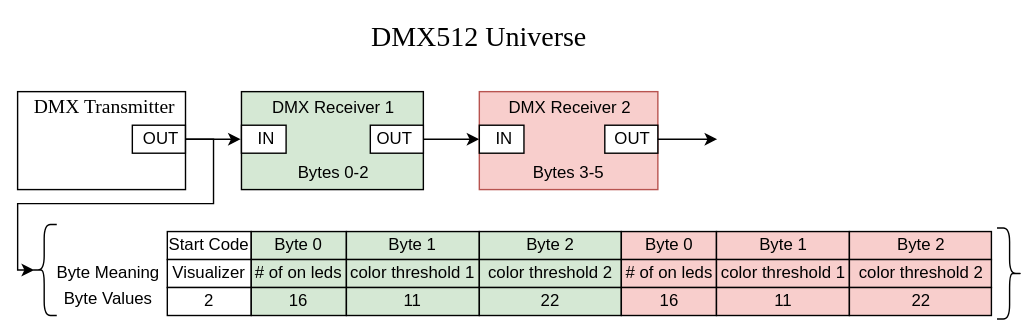
jfcbooth/block_diagrams keeps this draw.io diagram as visualizer.drawio.svg. Above is the earlier version. Source tidied: cells renumbered, new cells last; positions are measured from the earlier drawing's top-left corner, leaving out a move shared by most shapes. Source of this version:
```xml
<mxGraphModel>
  <root>
    <mxCell id="0" />
    <mxCell id="1" parent="0" />
    <mxCell id="2" value="&lt;font face=&quot;Calibri&quot; style=&quot;font-size: 20px;&quot;&gt;DMX512 Universe&lt;/font&gt;" style="text;html=1;strokeColor=none;fillColor=none;align=center;verticalAlign=middle;whiteSpace=wrap;rounded=0;" parent="1" vertex="1">
      <mxGeometry x="245" width="170" height="40" as="geometry" />
    </mxCell>
    <mxCell id="3" style="group;" parent="1" vertex="1">
      <mxGeometry x="160" y="60" width="131" height="70" as="geometry" />
    </mxCell>
    <mxCell id="4" style="rounded=0;whiteSpace=wrap;html=1;fillColor=#d5e8d4;strokeColor=default;" parent="3" vertex="1">
      <mxGeometry width="130" height="70" as="geometry" />
    </mxCell>
    <mxCell id="5" value="&lt;div align=&quot;center&quot;&gt;DMX Receiver 1&lt;br&gt;&lt;/div&gt;" style="text;whiteSpace=wrap;html=1;align=center;" parent="3" vertex="1">
      <mxGeometry x="1" y="-2" width="130" height="22" as="geometry" />
    </mxCell>
    <mxCell id="6" style="group;" parent="3" vertex="1">
      <mxGeometry y="20" width="31.9" height="24" as="geometry" />
    </mxCell>
    <mxCell id="7" style="group;" parent="6" vertex="1">
      <mxGeometry width="31.9" height="24" as="geometry" />
    </mxCell>
    <mxCell id="8" style="rounded=0;whiteSpace=wrap;html=1;" parent="7" vertex="1">
      <mxGeometry y="4" width="31.9" height="20" as="geometry" />
    </mxCell>
    <mxCell id="9" value="&lt;div align=&quot;justify&quot;&gt;IN&lt;/div&gt;" style="text;whiteSpace=wrap;html=1;" parent="7" vertex="1">
      <mxGeometry x="9.6" width="16" height="20" as="geometry" />
    </mxCell>
    <mxCell id="10" style="rounded=0;whiteSpace=wrap;html=1;" parent="3" vertex="1">
      <mxGeometry x="92.1" y="24" width="37.9" height="20" as="geometry" />
    </mxCell>
    <mxCell id="11" value="Bytes 0-2" style="text;whiteSpace=wrap;html=1;align=center;" parent="3" vertex="1">
      <mxGeometry x="1" y="44" width="130" height="22" as="geometry" />
    </mxCell>
    <mxCell id="12" style="edgeStyle=orthogonalEdgeStyle;rounded=0;jettySize=auto;html=1;exitX=1;exitY=0.5;exitDx=0;exitDy=0;entryX=0;entryY=0.5;entryDx=0;entryDy=0;" parent="1" edge="1" source="10" target="21">
      <mxGeometry relative="1" as="geometry" />
    </mxCell>
    <mxCell id="13" style="group;" parent="1" vertex="1">
      <mxGeometry x="330" y="60" width="130" height="70" as="geometry" />
    </mxCell>
    <mxCell id="14" style="rounded=0;whiteSpace=wrap;html=1;fillColor=#f8cecc;strokeColor=#b85450;" parent="13" vertex="1">
      <mxGeometry width="127.6" height="70" as="geometry" />
    </mxCell>
    <mxCell id="15" value="&lt;div align=&quot;center&quot;&gt;DMX Receiver 2&lt;br&gt;&lt;/div&gt;" style="text;whiteSpace=wrap;html=1;align=center;" parent="13" vertex="1">
      <mxGeometry y="-2" width="130" height="22" as="geometry" />
    </mxCell>
    <mxCell id="16" style="group;" parent="13" vertex="1">
      <mxGeometry x="99.7" y="20" width="30.3" height="24" as="geometry" />
    </mxCell>
    <mxCell id="17" style="rounded=0;whiteSpace=wrap;html=1;" parent="16" vertex="1">
      <mxGeometry x="-10" y="4" width="37.9" height="20" as="geometry" />
    </mxCell>
    <mxCell id="18" value="&lt;div align=&quot;justify&quot;&gt;OUT&lt;/div&gt;" style="text;whiteSpace=wrap;html=1;" parent="16" vertex="1">
      <mxGeometry x="-5" width="27.9" height="10" as="geometry" />
    </mxCell>
    <mxCell id="19" style="group;" parent="13" vertex="1">
      <mxGeometry y="20" width="31.9" height="24" as="geometry" />
    </mxCell>
    <mxCell id="20" style="group;" parent="19" vertex="1">
      <mxGeometry width="31.9" height="24" as="geometry" />
    </mxCell>
    <mxCell id="21" style="rounded=0;whiteSpace=wrap;html=1;" parent="20" vertex="1">
      <mxGeometry y="4" width="31.9" height="20" as="geometry" />
    </mxCell>
    <mxCell id="22" value="&lt;div align=&quot;justify&quot;&gt;IN&lt;/div&gt;" style="text;whiteSpace=wrap;html=1;" parent="20" vertex="1">
      <mxGeometry x="9.6" width="16" height="20" as="geometry" />
    </mxCell>
    <mxCell id="23" value="Bytes 3-5" style="text;whiteSpace=wrap;html=1;align=center;" parent="13" vertex="1">
      <mxGeometry x="-1.2" y="44" width="130" height="22" as="geometry" />
    </mxCell>
    <mxCell id="24" style="edgeStyle=orthogonalEdgeStyle;rounded=0;jettySize=auto;html=1;exitX=1;exitY=0.5;exitDx=0;exitDy=0;entryX=0;entryY=0.5;entryDx=0;entryDy=0;" parent="1" edge="1" source="17">
      <mxGeometry relative="1" as="geometry">
        <mxPoint x="500" y="94" as="targetPoint" />
      </mxGeometry>
    </mxCell>
    <mxCell id="25" style="group;" parent="1" vertex="1">
      <mxGeometry y="60" width="157.9" height="70" as="geometry" />
    </mxCell>
    <mxCell id="26" style="rounded=0;whiteSpace=wrap;html=1;" parent="25" vertex="1">
      <mxGeometry width="120" height="70" as="geometry" />
    </mxCell>
    <mxCell id="27" style="rounded=0;whiteSpace=wrap;html=1;" parent="25" vertex="1">
      <mxGeometry x="82" y="24" width="37.9" height="20" as="geometry" />
    </mxCell>
    <mxCell id="28" style="group;" parent="25" vertex="1">
      <mxGeometry x="85" y="20" width="38" height="30" as="geometry" />
    </mxCell>
    <mxCell id="29" value="&lt;div align=&quot;justify&quot;&gt;OUT&lt;/div&gt;" style="text;whiteSpace=wrap;html=1;" parent="28" vertex="1">
      <mxGeometry x="3" width="35" height="20" as="geometry" />
    </mxCell>
    <mxCell id="30" style="edgeStyle=orthogonalEdgeStyle;rounded=0;orthogonalLoop=1;jettySize=auto;html=1;exitX=0.5;exitY=1;exitDx=0;exitDy=0;" parent="28" edge="1" source="29" target="29">
      <mxGeometry relative="1" as="geometry" />
    </mxCell>
    <mxCell id="31" value="&lt;div align=&quot;justify&quot;&gt;OUT&lt;/div&gt;" style="text;whiteSpace=wrap;html=1;" parent="1" vertex="1">
      <mxGeometry x="254.7" y="80" width="27.9" height="10" as="geometry" />
    </mxCell>
    <mxCell id="32" style="edgeStyle=orthogonalEdgeStyle;rounded=0;jettySize=auto;html=1;exitX=1;exitY=0.5;exitDx=0;exitDy=0;entryX=-0.018;entryY=0.501;entryDx=0;entryDy=0;entryPerimeter=0;" parent="1" edge="1" source="27" target="8">
      <mxGeometry relative="1" as="geometry" />
    </mxCell>
    <mxCell id="33" style="shape=curlyBracket;whiteSpace=wrap;html=1;rounded=1;labelPosition=left;verticalLabelPosition=middle;align=right;verticalAlign=middle;size=0.5;" parent="1" vertex="1">
      <mxGeometry x="10" y="155" width="18" height="65" as="geometry" />
    </mxCell>
    <mxCell id="34" style="edgeStyle=orthogonalEdgeStyle;rounded=0;jettySize=auto;html=1;exitX=1;exitY=0.5;exitDx=0;exitDy=0;entryX=0.1;entryY=0.5;entryDx=0;entryDy=0;entryPerimeter=0;" parent="1" edge="1" source="27" target="33">
      <mxGeometry relative="1" as="geometry">
        <Array as="points">
          <mxPoint x="140" y="94" />
          <mxPoint x="140" y="140" />
          <mxPoint y="140" />
          <mxPoint y="188" />
        </Array>
      </mxGeometry>
    </mxCell>
    <mxCell id="35" value="Start Code" style="rounded=0;whiteSpace=wrap;html=1;" parent="1" vertex="1">
      <mxGeometry x="107" y="160" width="60" height="20" as="geometry" />
    </mxCell>
    <mxCell id="36" value="Byte 0" style="rounded=0;whiteSpace=wrap;html=1;fillColor=#d5e8d4;strokeColor=#000000;" parent="1" vertex="1">
      <mxGeometry x="167" y="160" width="68" height="20" as="geometry" />
    </mxCell>
    <mxCell id="37" value="Byte 1" style="rounded=0;whiteSpace=wrap;html=1;fillColor=#d5e8d4;strokeColor=#000000;" parent="1" vertex="1">
      <mxGeometry x="235" y="160" width="95" height="20" as="geometry" />
    </mxCell>
    <mxCell id="38" value="Byte 2" style="rounded=0;whiteSpace=wrap;html=1;fillColor=#d5e8d4;strokeColor=#000000;" parent="1" vertex="1">
      <mxGeometry x="330" y="160" width="101.5" height="20" as="geometry" />
    </mxCell>
    <mxCell id="39" value="&lt;div style=&quot;font-size: 14px;&quot; align=&quot;center&quot;&gt;&lt;font face=&quot;Calibri&quot; style=&quot;font-size: 14px;&quot;&gt;DMX Transmitter&lt;/font&gt;&lt;/div&gt;" style="text;whiteSpace=wrap;html=1;" parent="1" vertex="1">
      <mxGeometry x="10" y="56" width="105" height="60" as="geometry" />
    </mxCell>
    <mxCell id="40" value="Visualizer" style="rounded=0;whiteSpace=wrap;html=1;" parent="1" vertex="1">
      <mxGeometry x="107" y="180" width="60" height="20" as="geometry" />
    </mxCell>
    <mxCell id="41" value="# of on leds" style="rounded=0;whiteSpace=wrap;html=1;fillColor=#d5e8d4;strokeColor=#000000;" parent="1" vertex="1">
      <mxGeometry x="167" y="180" width="68" height="20" as="geometry" />
    </mxCell>
    <mxCell id="42" value="color threshold 1" style="rounded=0;whiteSpace=wrap;html=1;fillColor=#d5e8d4;strokeColor=#000000;" parent="1" vertex="1">
      <mxGeometry x="235" y="180" width="95" height="20" as="geometry" />
    </mxCell>
    <mxCell id="43" value="color threshold 2" style="rounded=0;whiteSpace=wrap;html=1;fillColor=#d5e8d4;strokeColor=#000000;" parent="1" vertex="1">
      <mxGeometry x="330" y="180" width="101.5" height="20" as="geometry" />
    </mxCell>
    <mxCell id="44" value="2" style="rounded=0;whiteSpace=wrap;html=1;" parent="1" vertex="1">
      <mxGeometry x="107" y="200" width="60" height="20" as="geometry" />
    </mxCell>
    <mxCell id="45" value="16" style="rounded=0;whiteSpace=wrap;html=1;fillColor=#d5e8d4;strokeColor=#000000;" parent="1" vertex="1">
      <mxGeometry x="167" y="200" width="68" height="20" as="geometry" />
    </mxCell>
    <mxCell id="46" value="11" style="rounded=0;whiteSpace=wrap;html=1;fillColor=#d5e8d4;strokeColor=#000000;" parent="1" vertex="1">
      <mxGeometry x="235" y="200" width="95" height="20" as="geometry" />
    </mxCell>
    <mxCell id="47" value="22" style="rounded=0;whiteSpace=wrap;html=1;fillColor=#d5e8d4;strokeColor=#000000;" parent="1" vertex="1">
      <mxGeometry x="330" y="200" width="101.5" height="20" as="geometry" />
    </mxCell>
    <mxCell id="48" value="Byte Meaning" style="text;html=1;strokeColor=none;fillColor=none;align=center;verticalAlign=middle;whiteSpace=wrap;rounded=0;" parent="1" vertex="1">
      <mxGeometry x="15" y="182.5" width="100" height="15" as="geometry" />
    </mxCell>
    <mxCell id="49" value="Byte Values" style="text;html=1;strokeColor=none;fillColor=none;align=center;verticalAlign=middle;whiteSpace=wrap;rounded=0;" parent="1" vertex="1">
      <mxGeometry x="15" y="200" width="100" height="15" as="geometry" />
    </mxCell>
    <mxCell id="50" value="Byte 0" style="rounded=0;whiteSpace=wrap;html=1;fillColor=#f8cecc;strokeColor=#000000;" parent="1" vertex="1">
      <mxGeometry x="431.5" y="160" width="68" height="20" as="geometry" />
    </mxCell>
    <mxCell id="51" value="Byte 1" style="rounded=0;whiteSpace=wrap;html=1;fillColor=#f8cecc;strokeColor=#000000;" parent="1" vertex="1">
      <mxGeometry x="499.5" y="160" width="95" height="20" as="geometry" />
    </mxCell>
    <mxCell id="52" value="Byte 2" style="rounded=0;whiteSpace=wrap;html=1;fillColor=#f8cecc;strokeColor=#000000;" parent="1" vertex="1">
      <mxGeometry x="594.5" y="160" width="101.5" height="20" as="geometry" />
    </mxCell>
    <mxCell id="53" value="# of on leds" style="rounded=0;whiteSpace=wrap;html=1;fillColor=#f8cecc;strokeColor=#000000;" parent="1" vertex="1">
      <mxGeometry x="431.5" y="180" width="68" height="20" as="geometry" />
    </mxCell>
    <mxCell id="54" value="color threshold 1" style="rounded=0;whiteSpace=wrap;html=1;fillColor=#f8cecc;strokeColor=#000000;" parent="1" vertex="1">
      <mxGeometry x="499.5" y="180" width="95" height="20" as="geometry" />
    </mxCell>
    <mxCell id="55" value="color threshold 2" style="rounded=0;whiteSpace=wrap;html=1;fillColor=#f8cecc;strokeColor=#000000;" parent="1" vertex="1">
      <mxGeometry x="594.5" y="180" width="101.5" height="20" as="geometry" />
    </mxCell>
    <mxCell id="56" value="16" style="rounded=0;whiteSpace=wrap;html=1;fillColor=#f8cecc;strokeColor=#000000;" parent="1" vertex="1">
      <mxGeometry x="431.5" y="200" width="68" height="20" as="geometry" />
    </mxCell>
    <mxCell id="57" value="11" style="rounded=0;whiteSpace=wrap;html=1;fillColor=#f8cecc;strokeColor=#000000;" parent="1" vertex="1">
      <mxGeometry x="499.5" y="200" width="95" height="20" as="geometry" />
    </mxCell>
    <mxCell id="58" value="22" style="rounded=0;whiteSpace=wrap;html=1;fillColor=#f8cecc;strokeColor=#000000;" parent="1" vertex="1">
      <mxGeometry x="594.5" y="200" width="101.5" height="20" as="geometry" />
    </mxCell>
    <mxCell id="59" style="shape=curlyBracket;whiteSpace=wrap;html=1;rounded=1;flipH=1;labelPosition=right;verticalLabelPosition=middle;align=left;verticalAlign=middle;size=0.5;" parent="1" vertex="1">
      <mxGeometry x="700" y="157.5" width="18" height="65" as="geometry" />
    </mxCell>
  </root>
</mxGraphModel>
```
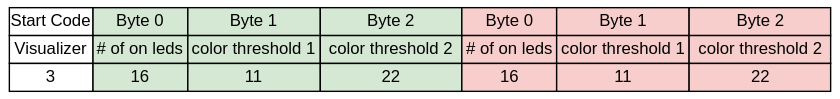
Later version of the same file.

The edit, as a diff of the source:
```diff
@@ -2,114 +2,6 @@
   <root>
     <mxCell id="0" />
     <mxCell id="1" parent="0" />
-    <mxCell id="2" value="&lt;font face=&quot;Calibri&quot; style=&quot;font-size: 20px;&quot;&gt;DMX512 Universe&lt;/font&gt;" style="text;html=1;strokeColor=none;fillColor=none;align=center;verticalAlign=middle;whiteSpace=wrap;rounded=0;" parent="1" vertex="1">
-      <mxGeometry x="245" width="170" height="40" as="geometry" />
-    </mxCell>
-    <mxCell id="3" style="group;" parent="1" vertex="1">
-      <mxGeometry x="160" y="60" width="131" height="70" as="geometry" />
-    </mxCell>
-    <mxCell id="4" style="rounded=0;whiteSpace=wrap;html=1;fillColor=#d5e8d4;strokeColor=default;" parent="3" vertex="1">
-      <mxGeometry width="130" height="70" as="geometry" />
-    </mxCell>
-    <mxCell id="5" value="&lt;div align=&quot;center&quot;&gt;DMX Receiver 1&lt;br&gt;&lt;/div&gt;" style="text;whiteSpace=wrap;html=1;align=center;" parent="3" vertex="1">
-      <mxGeometry x="1" y="-2" width="130" height="22" as="geometry" />
-    </mxCell>
-    <mxCell id="6" style="group;" parent="3" vertex="1">
-      <mxGeometry y="20" width="31.9" height="24" as="geometry" />
-    </mxCell>
-    <mxCell id="7" style="group;" parent="6" vertex="1">
-      <mxGeometry width="31.9" height="24" as="geometry" />
-    </mxCell>
-    <mxCell id="8" style="rounded=0;whiteSpace=wrap;html=1;" parent="7" vertex="1">
-      <mxGeometry y="4" width="31.9" height="20" as="geometry" />
-    </mxCell>
-    <mxCell id="9" value="&lt;div align=&quot;justify&quot;&gt;IN&lt;/div&gt;" style="text;whiteSpace=wrap;html=1;" parent="7" vertex="1">
-      <mxGeometry x="9.6" width="16" height="20" as="geometry" />
-    </mxCell>
-    <mxCell id="10" style="rounded=0;whiteSpace=wrap;html=1;" parent="3" vertex="1">
-      <mxGeometry x="92.1" y="24" width="37.9" height="20" as="geometry" />
-    </mxCell>
-    <mxCell id="11" value="Bytes 0-2" style="text;whiteSpace=wrap;html=1;align=center;" parent="3" vertex="1">
-      <mxGeometry x="1" y="44" width="130" height="22" as="geometry" />
-    </mxCell>
-    <mxCell id="12" style="edgeStyle=orthogonalEdgeStyle;rounded=0;jettySize=auto;html=1;exitX=1;exitY=0.5;exitDx=0;exitDy=0;entryX=0;entryY=0.5;entryDx=0;entryDy=0;" parent="1" edge="1" source="10" target="21">
-      <mxGeometry relative="1" as="geometry" />
-    </mxCell>
-    <mxCell id="13" style="group;" parent="1" vertex="1">
-      <mxGeometry x="330" y="60" width="130" height="70" as="geometry" />
-    </mxCell>
-    <mxCell id="14" style="rounded=0;whiteSpace=wrap;html=1;fillColor=#f8cecc;strokeColor=#b85450;" parent="13" vertex="1">
-      <mxGeometry width="127.6" height="70" as="geometry" />
-    </mxCell>
-    <mxCell id="15" value="&lt;div align=&quot;center&quot;&gt;DMX Receiver 2&lt;br&gt;&lt;/div&gt;" style="text;whiteSpace=wrap;html=1;align=center;" parent="13" vertex="1">
-      <mxGeometry y="-2" width="130" height="22" as="geometry" />
-    </mxCell>
-    <mxCell id="16" style="group;" parent="13" vertex="1">
-      <mxGeometry x="99.7" y="20" width="30.3" height="24" as="geometry" />
-    </mxCell>
-    <mxCell id="17" style="rounded=0;whiteSpace=wrap;html=1;" parent="16" vertex="1">
-      <mxGeometry x="-10" y="4" width="37.9" height="20" as="geometry" />
-    </mxCell>
-    <mxCell id="18" value="&lt;div align=&quot;justify&quot;&gt;OUT&lt;/div&gt;" style="text;whiteSpace=wrap;html=1;" parent="16" vertex="1">
-      <mxGeometry x="-5" width="27.9" height="10" as="geometry" />
-    </mxCell>
-    <mxCell id="19" style="group;" parent="13" vertex="1">
-      <mxGeometry y="20" width="31.9" height="24" as="geometry" />
-    </mxCell>
-    <mxCell id="20" style="group;" parent="19" vertex="1">
-      <mxGeometry width="31.9" height="24" as="geometry" />
-    </mxCell>
-    <mxCell id="21" style="rounded=0;whiteSpace=wrap;html=1;" parent="20" vertex="1">
-      <mxGeometry y="4" width="31.9" height="20" as="geometry" />
-    </mxCell>
-    <mxCell id="22" value="&lt;div align=&quot;justify&quot;&gt;IN&lt;/div&gt;" style="text;whiteSpace=wrap;html=1;" parent="20" vertex="1">
-      <mxGeometry x="9.6" width="16" height="20" as="geometry" />
-    </mxCell>
-    <mxCell id="23" value="Bytes 3-5" style="text;whiteSpace=wrap;html=1;align=center;" parent="13" vertex="1">
-      <mxGeometry x="-1.2" y="44" width="130" height="22" as="geometry" />
-    </mxCell>
-    <mxCell id="24" style="edgeStyle=orthogonalEdgeStyle;rounded=0;jettySize=auto;html=1;exitX=1;exitY=0.5;exitDx=0;exitDy=0;entryX=0;entryY=0.5;entryDx=0;entryDy=0;" parent="1" edge="1" source="17">
-      <mxGeometry relative="1" as="geometry">
-        <mxPoint x="500" y="94" as="targetPoint" />
-      </mxGeometry>
-    </mxCell>
-    <mxCell id="25" style="group;" parent="1" vertex="1">
-      <mxGeometry y="60" width="157.9" height="70" as="geometry" />
-    </mxCell>
-    <mxCell id="26" style="rounded=0;whiteSpace=wrap;html=1;" parent="25" vertex="1">
-      <mxGeometry width="120" height="70" as="geometry" />
-    </mxCell>
-    <mxCell id="27" style="rounded=0;whiteSpace=wrap;html=1;" parent="25" vertex="1">
-      <mxGeometry x="82" y="24" width="37.9" height="20" as="geometry" />
-    </mxCell>
-    <mxCell id="28" style="group;" parent="25" vertex="1">
-      <mxGeometry x="85" y="20" width="38" height="30" as="geometry" />
-    </mxCell>
-    <mxCell id="29" value="&lt;div align=&quot;justify&quot;&gt;OUT&lt;/div&gt;" style="text;whiteSpace=wrap;html=1;" parent="28" vertex="1">
-      <mxGeometry x="3" width="35" height="20" as="geometry" />
-    </mxCell>
-    <mxCell id="30" style="edgeStyle=orthogonalEdgeStyle;rounded=0;orthogonalLoop=1;jettySize=auto;html=1;exitX=0.5;exitY=1;exitDx=0;exitDy=0;" parent="28" edge="1" source="29" target="29">
-      <mxGeometry relative="1" as="geometry" />
-    </mxCell>
-    <mxCell id="31" value="&lt;div align=&quot;justify&quot;&gt;OUT&lt;/div&gt;" style="text;whiteSpace=wrap;html=1;" parent="1" vertex="1">
-      <mxGeometry x="254.7" y="80" width="27.9" height="10" as="geometry" />
-    </mxCell>
-    <mxCell id="32" style="edgeStyle=orthogonalEdgeStyle;rounded=0;jettySize=auto;html=1;exitX=1;exitY=0.5;exitDx=0;exitDy=0;entryX=-0.018;entryY=0.501;entryDx=0;entryDy=0;entryPerimeter=0;" parent="1" edge="1" source="27" target="8">
-      <mxGeometry relative="1" as="geometry" />
-    </mxCell>
-    <mxCell id="33" style="shape=curlyBracket;whiteSpace=wrap;html=1;rounded=1;labelPosition=left;verticalLabelPosition=middle;align=right;verticalAlign=middle;size=0.5;" parent="1" vertex="1">
-      <mxGeometry x="10" y="155" width="18" height="65" as="geometry" />
-    </mxCell>
-    <mxCell id="34" style="edgeStyle=orthogonalEdgeStyle;rounded=0;jettySize=auto;html=1;exitX=1;exitY=0.5;exitDx=0;exitDy=0;entryX=0.1;entryY=0.5;entryDx=0;entryDy=0;entryPerimeter=0;" parent="1" edge="1" source="27" target="33">
-      <mxGeometry relative="1" as="geometry">
-        <Array as="points">
-          <mxPoint x="140" y="94" />
-          <mxPoint x="140" y="140" />
-          <mxPoint y="140" />
-          <mxPoint y="188" />
-        </Array>
-      </mxGeometry>
-    </mxCell>
     <mxCell id="35" value="Start Code" style="rounded=0;whiteSpace=wrap;html=1;" parent="1" vertex="1">
       <mxGeometry x="107" y="160" width="60" height="20" as="geometry" />
     </mxCell>
@@ -122,9 +14,6 @@
     <mxCell id="38" value="Byte 2" style="rounded=0;whiteSpace=wrap;html=1;fillColor=#d5e8d4;strokeColor=#000000;" parent="1" vertex="1">
       <mxGeometry x="330" y="160" width="101.5" height="20" as="geometry" />
     </mxCell>
-    <mxCell id="39" value="&lt;div style=&quot;font-size: 14px;&quot; align=&quot;center&quot;&gt;&lt;font face=&quot;Calibri&quot; style=&quot;font-size: 14px;&quot;&gt;DMX Transmitter&lt;/font&gt;&lt;/div&gt;" style="text;whiteSpace=wrap;html=1;" parent="1" vertex="1">
-      <mxGeometry x="10" y="56" width="105" height="60" as="geometry" />
-    </mxCell>
     <mxCell id="40" value="Visualizer" style="rounded=0;whiteSpace=wrap;html=1;" parent="1" vertex="1">
       <mxGeometry x="107" y="180" width="60" height="20" as="geometry" />
     </mxCell>
@@ -137,7 +26,7 @@
     <mxCell id="43" value="color threshold 2" style="rounded=0;whiteSpace=wrap;html=1;fillColor=#d5e8d4;strokeColor=#000000;" parent="1" vertex="1">
       <mxGeometry x="330" y="180" width="101.5" height="20" as="geometry" />
     </mxCell>
-    <mxCell id="44" value="2" style="rounded=0;whiteSpace=wrap;html=1;" parent="1" vertex="1">
+    <mxCell id="44" value="3" style="rounded=0;whiteSpace=wrap;html=1;" parent="1" vertex="1">
       <mxGeometry x="107" y="200" width="60" height="20" as="geometry" />
     </mxCell>
     <mxCell id="45" value="16" style="rounded=0;whiteSpace=wrap;html=1;fillColor=#d5e8d4;strokeColor=#000000;" parent="1" vertex="1">
@@ -149,12 +38,6 @@
     <mxCell id="47" value="22" style="rounded=0;whiteSpace=wrap;html=1;fillColor=#d5e8d4;strokeColor=#000000;" parent="1" vertex="1">
       <mxGeometry x="330" y="200" width="101.5" height="20" as="geometry" />
     </mxCell>
-    <mxCell id="48" value="Byte Meaning" style="text;html=1;strokeColor=none;fillColor=none;align=center;verticalAlign=middle;whiteSpace=wrap;rounded=0;" parent="1" vertex="1">
-      <mxGeometry x="15" y="182.5" width="100" height="15" as="geometry" />
-    </mxCell>
-    <mxCell id="49" value="Byte Values" style="text;html=1;strokeColor=none;fillColor=none;align=center;verticalAlign=middle;whiteSpace=wrap;rounded=0;" parent="1" vertex="1">
-      <mxGeometry x="15" y="200" width="100" height="15" as="geometry" />
-    </mxCell>
     <mxCell id="50" value="Byte 0" style="rounded=0;whiteSpace=wrap;html=1;fillColor=#f8cecc;strokeColor=#000000;" parent="1" vertex="1">
       <mxGeometry x="431.5" y="160" width="68" height="20" as="geometry" />
     </mxCell>
@@ -182,8 +65,5 @@
     <mxCell id="58" value="22" style="rounded=0;whiteSpace=wrap;html=1;fillColor=#f8cecc;strokeColor=#000000;" parent="1" vertex="1">
       <mxGeometry x="594.5" y="200" width="101.5" height="20" as="geometry" />
     </mxCell>
-    <mxCell id="59" style="shape=curlyBracket;whiteSpace=wrap;html=1;rounded=1;flipH=1;labelPosition=right;verticalLabelPosition=middle;align=left;verticalAlign=middle;size=0.5;" parent="1" vertex="1">
-      <mxGeometry x="700" y="157.5" width="18" height="65" as="geometry" />
-    </mxCell>
   </root>
 </mxGraphModel>
```
